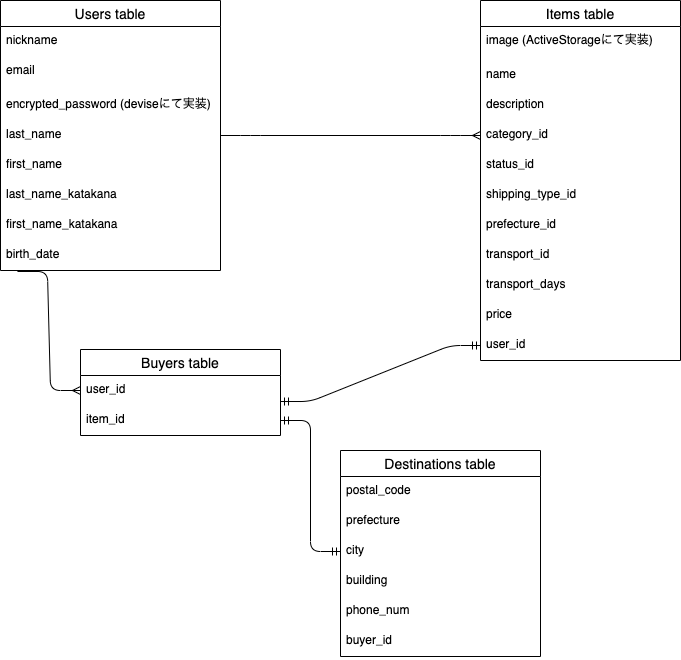
Danke1732/furima-31709 keeps this draw.io diagram as furima_er.drawio.png. Above is the earlier version. Source tidied: cells renumbered, new cells last; positions are measured from the earlier drawing's top-left corner, leaving out a move shared by most shapes.
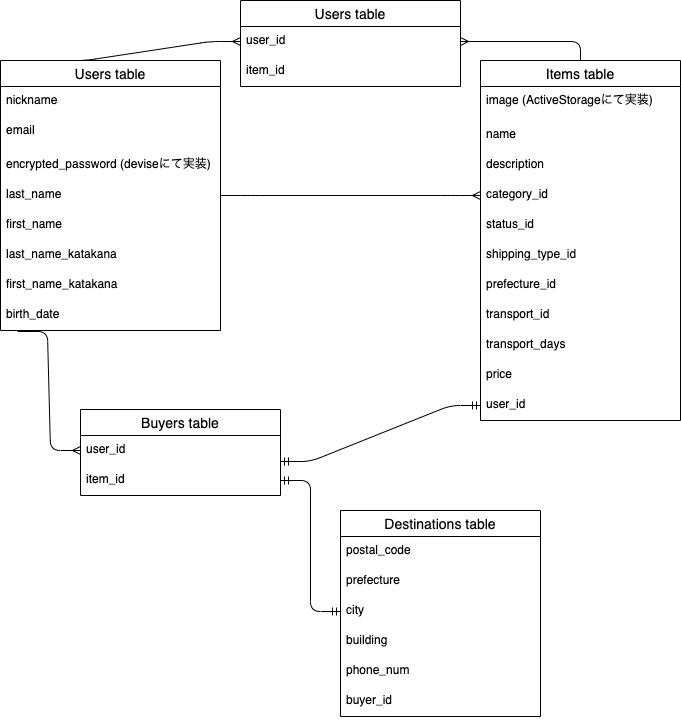
After the change.

Commit message:
お気に入り機能のER図とREADMEの追加記述

What changed in the source:
```diff
@@ -89,6 +89,15 @@
     <mxCell id="28" value="item_id" style="text;strokeColor=none;fillColor=none;spacingLeft=4;spacingRight=4;overflow=hidden;fontSize=12;" parent="26" vertex="1">
       <mxGeometry y="56" width="200" height="30" as="geometry" />
     </mxCell>
+    <mxCell id="37" value="Users table" style="swimlane;fontStyle=0;horizontal=1;startSize=26;align=center;fontSize=14;" parent="1" vertex="1">
+      <mxGeometry x="240" y="-60" width="220" height="86" as="geometry" />
+    </mxCell>
+    <mxCell id="38" value="user_id" style="text;strokeColor=none;fillColor=none;spacingLeft=4;spacingRight=4;overflow=hidden;points=[[0,0.5],[1,0.5]];portConstraint=eastwest;fontSize=12;" parent="37" vertex="1">
+      <mxGeometry y="26" width="220" height="30" as="geometry" />
+    </mxCell>
+    <mxCell id="39" value="item_id" style="text;strokeColor=none;fillColor=none;spacingLeft=4;spacingRight=4;overflow=hidden;fontSize=12;" parent="37" vertex="1">
+      <mxGeometry y="56" width="220" height="30" as="geometry" />
+    </mxCell>
     <mxCell id="29" value="Destinations table" style="swimlane;fontStyle=0;horizontal=1;startSize=26;align=center;fontSize=14;" parent="1" vertex="1">
       <mxGeometry x="340" y="450" width="200" height="206" as="geometry" />
     </mxCell>
@@ -115,5 +124,16 @@
         <mxPoint x="280" y="420" as="sourcePoint" />
       </mxGeometry>
     </mxCell>
+    <mxCell id="40" style="edgeStyle=entityRelationEdgeStyle;fontSize=12;html=1;endArrow=ERmany;exitX=0.25;exitY=0;exitDx=0;exitDy=0;entryX=0;entryY=0.5;entryDx=0;entryDy=0;" parent="1" edge="1" source="17" target="38">
+      <mxGeometry relative="1" as="geometry" />
+    </mxCell>
+    <mxCell id="41" style="fontSize=12;html=1;endArrow=ERmany;exitX=0.5;exitY=0;exitDx=0;exitDy=0;" parent="1" edge="1" source="2">
+      <mxGeometry relative="1" as="geometry">
+        <mxPoint x="460" y="-19" as="targetPoint" />
+        <Array as="points">
+          <mxPoint x="580" y="-19" />
+        </Array>
+      </mxGeometry>
+    </mxCell>
   </root>
 </mxGraphModel>
```
